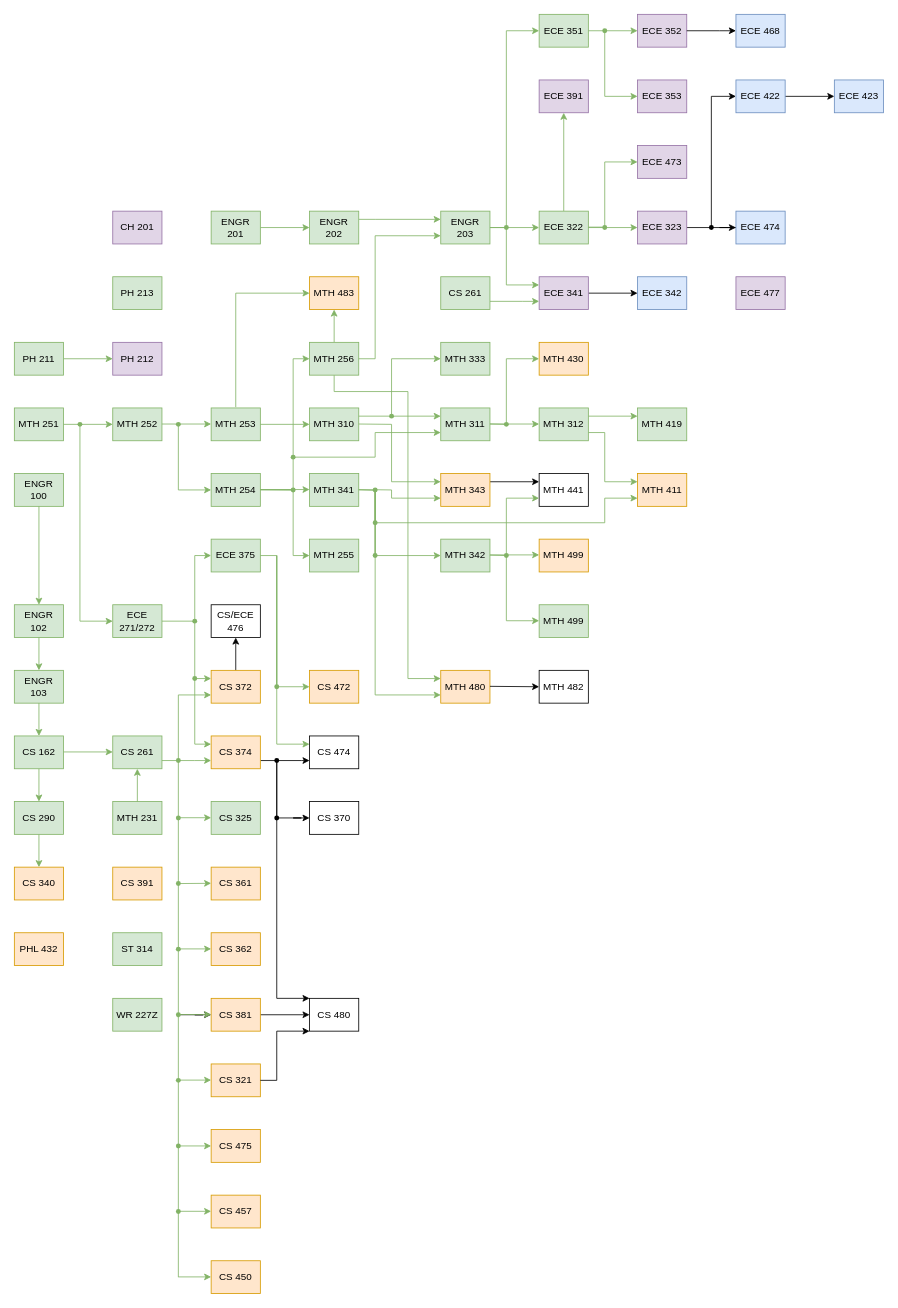
Before: Classes.drawio in Jonas-Carew/Class-Flowchart, a draw.io diagram. Source tidied: cells renumbered, new cells numbered last; positions are measured from the earlier drawing's top-left corner, leaving out a move shared by most shapes. Both pictures are drawn from the tidied source at 82%, with x=0, y=0 at pixel (14, 14).
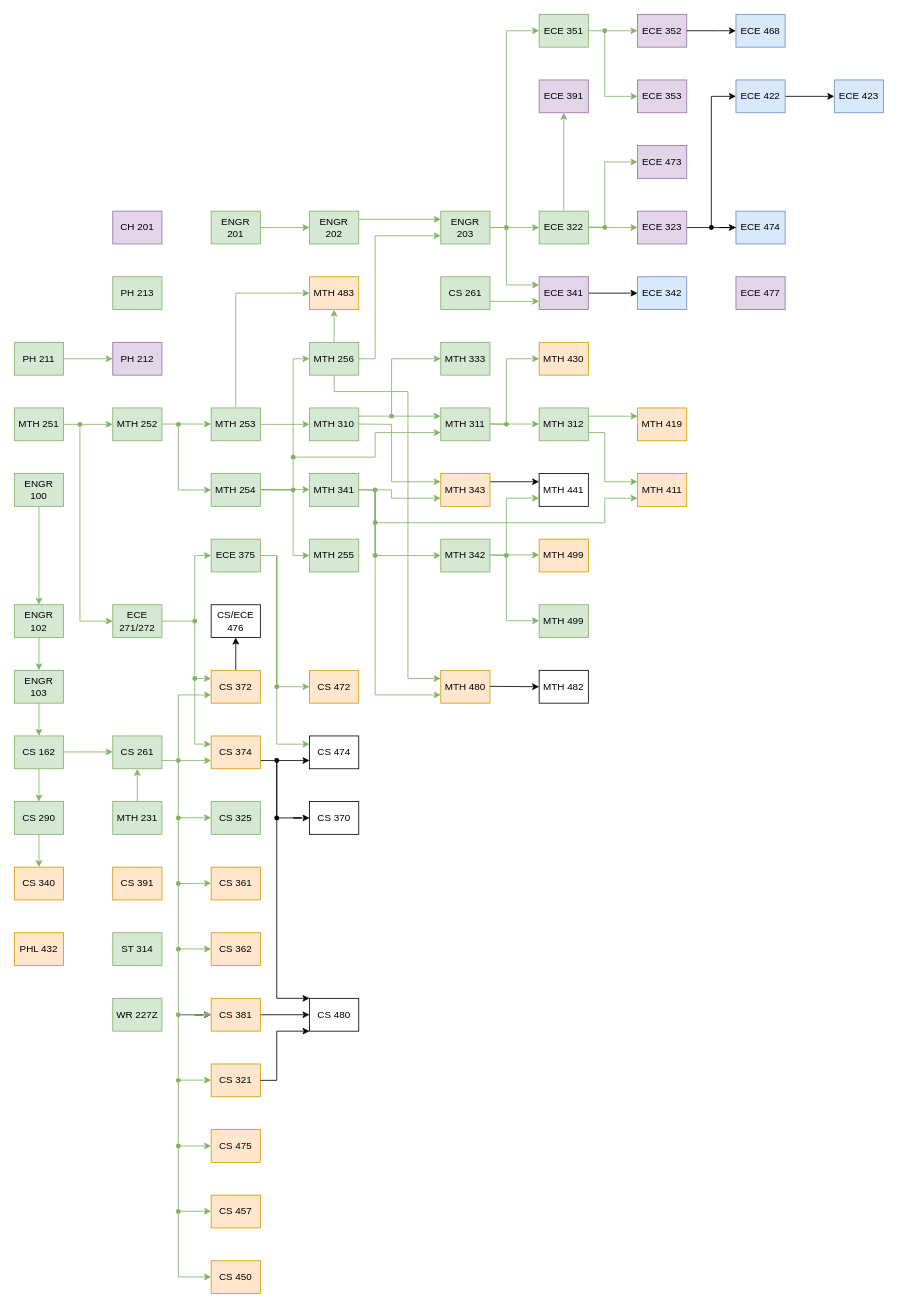
After the change.

Commit message:
Changed MTH 419 to yellow

Change to the diagram source:
```diff
@@
-    <mxCell id="178" value="&lt;div&gt;MTH 419&lt;/div&gt;" style="rounded=0;whiteSpace=wrap;html=1;fillColor=#D5E8D4;strokeColor=#82B366;" parent="1" vertex="1">
+    <mxCell id="178" value="&lt;div&gt;MTH 419&lt;/div&gt;" style="rounded=0;whiteSpace=wrap;html=1;fillColor=#ffe6cc;strokeColor=#d79b00;" parent="1" vertex="1">
       <mxGeometry x="760" y="480" width="60" height="40" as="geometry" />
     </mxCell>
```
